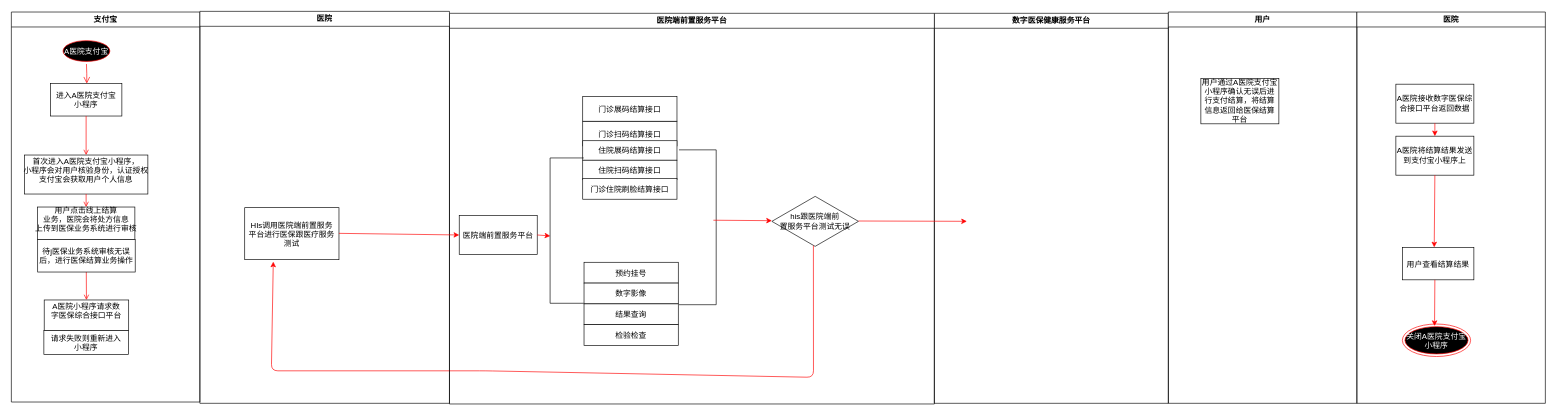
Earlier version of the draw.io diagram scis-master/Untitled Diagram.drawio (yangyutf/Springscxx). Source tidied: cells renumbered, new cells numbered last; positions are measured from the earlier drawing's top-left corner, leaving out a move shared by most shapes. Both pictures are drawn from the tidied source at 65%, with x=0, y=0 at pixel (11, 11).
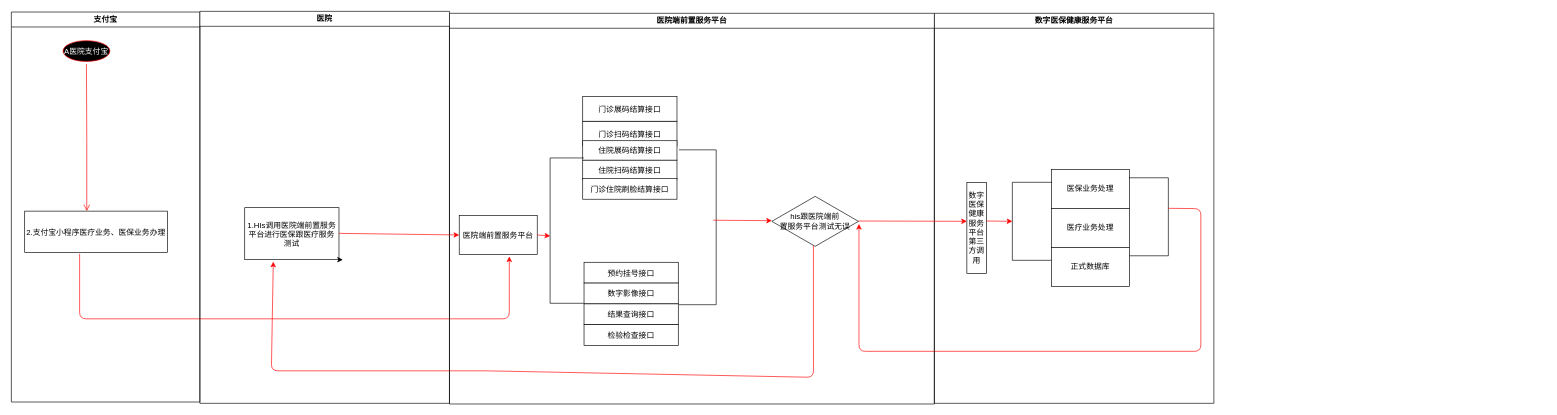
Above is the later version.

The change refers to these unchanged cells:
```xml
<mxCell id="2" value="支付宝" style="swimlane;whiteSpace=wrap;startSize=23;" parent="1" vertex="1">
  <mxGeometry y="1" width="290" height="600" as="geometry" />
</mxCell>
<mxCell id="3" value="A医院支付宝" style="ellipse;shape=startState;fillColor=#000000;strokeColor=#ff0000;fontColor=#FFFFFF;" parent="2" vertex="1">
  <mxGeometry x="75.5" y="40" width="80" height="40" as="geometry" />
</mxCell>
<mxCell id="17" value="医院端前置服务平台" style="swimlane;whiteSpace=wrap;" parent="1" vertex="1">
  <mxGeometry x="674" y="3" width="746" height="601" as="geometry" />
</mxCell>
<mxCell id="23" value="医院端前置服务平台" parent="17" vertex="1">
  <mxGeometry x="15" y="311" width="120" height="60" as="geometry" />
</mxCell>
<mxCell id="31" value="his跟医院端前&lt;br&gt;置服务平台测试无误" style="html=1;whiteSpace=wrap;shape=isoRectangle;" parent="17" vertex="1">
  <mxGeometry x="496" y="280.1" width="133.2" height="79.9" as="geometry" />
</mxCell>
<mxCell id="44" value="医院" style="swimlane;whiteSpace=wrap;" parent="1" vertex="1">
  <mxGeometry x="290" width="384" height="603" as="geometry" />
</mxCell>
```

The edit, as a diff of the source:
```diff
@@
-    <mxCell id="4" style="edgeStyle=elbowEdgeStyle;elbow=horizontal;verticalAlign=bottom;endArrow=open;endSize=8;strokeColor=#FF0000;endFill=1;rounded=0;" parent="2" edge="1" source="3" target="5">
-      <mxGeometry x="100" y="40" as="geometry" />
-    </mxCell>
-    <mxCell id="5" value="进入A医院支付宝&#10;小程序" parent="2" vertex="1">
-      <mxGeometry x="60" y="110" width="110" height="50" as="geometry" />
-    </mxCell>
-    <mxCell id="6" value="首次进入A医院支付宝小程序，&#10;小程序会对用户核验身份，认证授权&#10;支付宝会获取用户个人信息&#10;" parent="2" vertex="1">
-      <mxGeometry x="20" y="220" width="190" height="60" as="geometry" />
+    <mxCell id="6" value="2.支付宝小程序医疗业务、医保业务办理" parent="2" vertex="1">
+      <mxGeometry x="20.5" y="306.3" width="219.5" height="63.7" as="geometry" />
     </mxCell>
-    <mxCell id="7" style="endArrow=open;strokeColor=#FF0000;endFill=1;rounded=0;" parent="2" edge="1" source="5" target="6">
-      <mxGeometry relative="1" as="geometry" />
-    </mxCell>
-    <mxCell id="8" value="A医院小程序请求数&#10;字医保综合接口平台&#10;" parent="2" vertex="1">
-      <mxGeometry x="50.5" y="443" width="130" height="47" as="geometry" />
-    </mxCell>
-    <mxCell id="9" style="endArrow=open;strokeColor=#FF0000;endFill=1;rounded=0;entryX=0.5;entryY=0;entryDx=0;entryDy=0;" parent="2" edge="1" source="6" target="11">
-      <mxGeometry relative="1" as="geometry" />
-    </mxCell>
-    <mxCell id="10" value="请求失败则重新进入&#10;小程序" parent="2" vertex="1">
-      <mxGeometry x="50" y="490" width="130" height="37" as="geometry" />
-    </mxCell>
-    <mxCell id="11" value="用户点击线上结算&#10;业务，医院会将处方信息&#10;上传到医保业务系统进行审核&#10;" parent="2" vertex="1">
-      <mxGeometry x="40" y="300" width="150" height="50" as="geometry" />
-    </mxCell>
-    <mxCell id="12" style="endArrow=open;strokeColor=#FF0000;endFill=1;rounded=0;entryX=0.5;entryY=0;entryDx=0;entryDy=0;exitX=0.5;exitY=1;exitDx=0;exitDy=0;" parent="2" edge="1" source="11" target="8">
-      <mxGeometry relative="1" as="geometry" />
-    </mxCell>
-    <mxCell id="13" value="待j医保业务系统审核无误&#10;后，进行医保结算业务操作" parent="2" vertex="1">
-      <mxGeometry x="40.5" y="350" width="150" height="50" as="geometry" />
-    </mxCell>
+    <mxCell id="47" style="edgeStyle=elbowEdgeStyle;elbow=horizontal;verticalAlign=bottom;endArrow=open;endSize=8;strokeColor=#FF0000;endFill=1;rounded=0;" parent="2" edge="1" source="3" target="6">
+      <mxGeometry x="100" y="40" as="geometry" />
+    </mxCell>
+    <mxCell id="48" style="endArrow=classic;html=1;strokeColor=#FF0000;fontColor=#FFFFFF;entryX=0.642;entryY=1.05;entryDx=0;entryDy=0;entryPerimeter=0;" parent="2" edge="1" target="23">
+      <mxGeometry relative="1" as="geometry">
+        <mxPoint x="105" y="372" as="sourcePoint" />
+        <Array as="points">
+          <mxPoint x="105" y="472" />
+          <mxPoint x="766" y="472" />
+        </Array>
+      </mxGeometry>
+    </mxCell>
     <mxCell id="14" value="数字医保健康服务平台" style="swimlane;whiteSpace=wrap;" parent="1" vertex="1">
-      <mxGeometry x="1420" y="3" width="360" height="600" as="geometry" />
+      <mxGeometry x="1420" y="3" width="430" height="600" as="geometry" />
     </mxCell>
@@
-    <mxCell id="16" value="用户" style="swimlane;whiteSpace=wrap;" parent="1" vertex="1">
-      <mxGeometry x="1780" y="1" width="290" height="602" as="geometry" />
-    </mxCell>
+    <mxCell id="49" value="数字医保健康服务平台第三方调用" style="whiteSpace=wrap;html=1;" parent="14" vertex="1">
+      <mxGeometry x="50" y="260" width="30" height="140" as="geometry" />
+    </mxCell>
+    <mxCell id="50" value="医保业务处理" style="whiteSpace=wrap;html=1;" parent="14" vertex="1">
+      <mxGeometry x="180" y="240" width="120" height="60" as="geometry" />
+    </mxCell>
+    <mxCell id="51" value="医疗业务处理" style="whiteSpace=wrap;html=1;" parent="14" vertex="1">
+      <mxGeometry x="180" y="300" width="120" height="60" as="geometry" />
+    </mxCell>
+    <mxCell id="52" style="shape=partialRectangle;whiteSpace=wrap;html=1;bottom=1;right=1;left=1;top=0;fillColor=none;routingCenterX=-0.5;rotation=90;" parent="14" vertex="1">
+      <mxGeometry x="90" y="290" width="120" height="60" as="geometry" />
+    </mxCell>
+    <mxCell id="53" style="endArrow=classic;html=1;strokeColor=#FF0000;fontColor=#FFFFFF;" parent="14" edge="1">
+      <mxGeometry relative="1" as="geometry">
+        <mxPoint x="80" y="319.5" as="sourcePoint" />
+        <mxPoint x="120" y="320" as="targetPoint" />
+      </mxGeometry>
+    </mxCell>
+    <mxCell id="54" style="shape=partialRectangle;whiteSpace=wrap;html=1;bottom=1;right=1;left=1;top=0;fillColor=none;routingCenterX=-0.5;rotation=-90;" parent="14" vertex="1">
+      <mxGeometry x="270" y="283" width="120" height="60" as="geometry" />
+    </mxCell>
+    <mxCell id="55" style="endArrow=classic;html=1;strokeColor=#FF0000;fontColor=#FFFFFF;entryX=1.006;entryY=0.549;entryDx=0;entryDy=0;entryPerimeter=0;" parent="14" edge="1" target="31">
+      <mxGeometry relative="1" as="geometry">
+        <mxPoint x="360" y="300" as="sourcePoint" />
+        <Array as="points">
+          <mxPoint x="410" y="300.5" />
+          <mxPoint x="410" y="520" />
+          <mxPoint x="-116" y="520" />
+        </Array>
+      </mxGeometry>
+    </mxCell>
+    <mxCell id="56" value="正式数据库" style="whiteSpace=wrap;html=1;" parent="14" vertex="1">
+      <mxGeometry x="180" y="360" width="120" height="60" as="geometry" />
+    </mxCell>
@@
-    <mxCell id="25" value="预约挂号" parent="17" vertex="1">
+    <mxCell id="25" value="预约挂号接口" parent="17" vertex="1">
       <mxGeometry x="207" y="383" width="145" height="32" as="geometry" />
     </mxCell>
-    <mxCell id="26" value="数字影像" parent="17" vertex="1">
+    <mxCell id="26" value="数字影像接口" parent="17" vertex="1">
       <mxGeometry x="207" y="415" width="145" height="32" as="geometry" />
     </mxCell>
-    <mxCell id="27" value="结果查询" parent="17" vertex="1">
+    <mxCell id="27" value="结果查询接口" parent="17" vertex="1">
       <mxGeometry x="207" y="447" width="145" height="32" as="geometry" />
     </mxCell>
-    <mxCell id="28" value="检验检查" parent="17" vertex="1">
+    <mxCell id="28" value="检验检查接口" parent="17" vertex="1">
       <mxGeometry x="207" y="479" width="145" height="32" as="geometry" />
     </mxCell>
@@
-    <mxCell id="35" value="医院" style="swimlane;whiteSpace=wrap;" parent="1" vertex="1">
-      <mxGeometry x="2070" y="1" width="290" height="602" as="geometry" />
-    </mxCell>
-    <mxCell id="36" value="用户查看结算结果" parent="35" vertex="1">
-      <mxGeometry x="70" y="362" width="110" height="50" as="geometry" />
-    </mxCell>
-    <mxCell id="37" value="关闭A医院支付宝&#10;小程序" style="ellipse;shape=endState;fillColor=#000000;strokeColor=#ff0000;fontColor=#FFFFFF;" parent="35" vertex="1">
-      <mxGeometry x="70" y="480" width="105" height="50" as="geometry" />
-    </mxCell>
-    <mxCell id="38" value="&lt;font color=&quot;#000000&quot;&gt;A医院接收数字医保综合接口平台返回数据&lt;/font&gt;" style="whiteSpace=wrap;html=1;fontColor=#FFFFFF;" parent="35" vertex="1">
-      <mxGeometry x="60" y="111" width="120" height="60" as="geometry" />
-    </mxCell>
-    <mxCell id="39" value="&lt;font color=&quot;#000000&quot;&gt;A医院将结算结果发送到支付宝小程序上&lt;/font&gt;" style="whiteSpace=wrap;html=1;fontColor=#FFFFFF;" parent="35" vertex="1">
-      <mxGeometry x="60" y="191" width="120" height="60" as="geometry" />
-    </mxCell>
-    <mxCell id="40" style="endArrow=classic;html=1;strokeColor=#FF0000;fontColor=#FFFFFF;exitX=0.5;exitY=1;exitDx=0;exitDy=0;entryX=0.5;entryY=0;entryDx=0;entryDy=0;" parent="35" edge="1" source="38" target="39">
-      <mxGeometry relative="1" as="geometry" />
-    </mxCell>
-    <mxCell id="41" style="endArrow=classic;html=1;strokeColor=#FF0000;fontColor=#FFFFFF;exitX=0.5;exitY=1;exitDx=0;exitDy=0;" parent="35" edge="1" source="39">
-      <mxGeometry relative="1" as="geometry">
-        <mxPoint x="119" y="362" as="targetPoint" />
-      </mxGeometry>
-    </mxCell>
-    <mxCell id="42" style="endArrow=classic;html=1;strokeColor=#FF0000;fontColor=#FFFFFF;" parent="35" edge="1">
-      <mxGeometry relative="1" as="geometry">
-        <mxPoint x="120" y="412" as="sourcePoint" />
-        <mxPoint x="119.5" y="483" as="targetPoint" />
-      </mxGeometry>
-    </mxCell>
-    <mxCell id="43" value="&lt;font color=&quot;#000000&quot;&gt;用户通过A医院支付宝小程序确认无误后进行支付结算，将结算信息返回给医保结算&lt;br&gt;平台&lt;br&gt;&lt;/font&gt;" style="whiteSpace=wrap;html=1;fontColor=#FFFFFF;" parent="1" vertex="1">
-      <mxGeometry x="1830" y="103" width="120" height="70" as="geometry" />
-    </mxCell>
@@
-    <mxCell id="45" value="HIs调用医院端前置服务&#10;平台进行医保跟医疗服务&#10;测试" parent="44" vertex="1">
+    <mxCell id="45" value="1.HIs调用医院端前置服务&#10;平台进行医保跟医疗服务&#10;测试" parent="44" vertex="1">
       <mxGeometry x="69" y="302" width="145" height="80" as="geometry" />
     </mxCell>
@@
+    <mxCell id="57" style="edgeStyle=orthogonalEdgeStyle;rounded=0;jettySize=auto;html=1;exitX=1;exitY=1;exitDx=0;exitDy=0;" parent="1" edge="1" source="45">
+      <mxGeometry relative="1" as="geometry">
+        <mxPoint x="510" y="382" as="targetPoint" />
+      </mxGeometry>
+    </mxCell>
```
